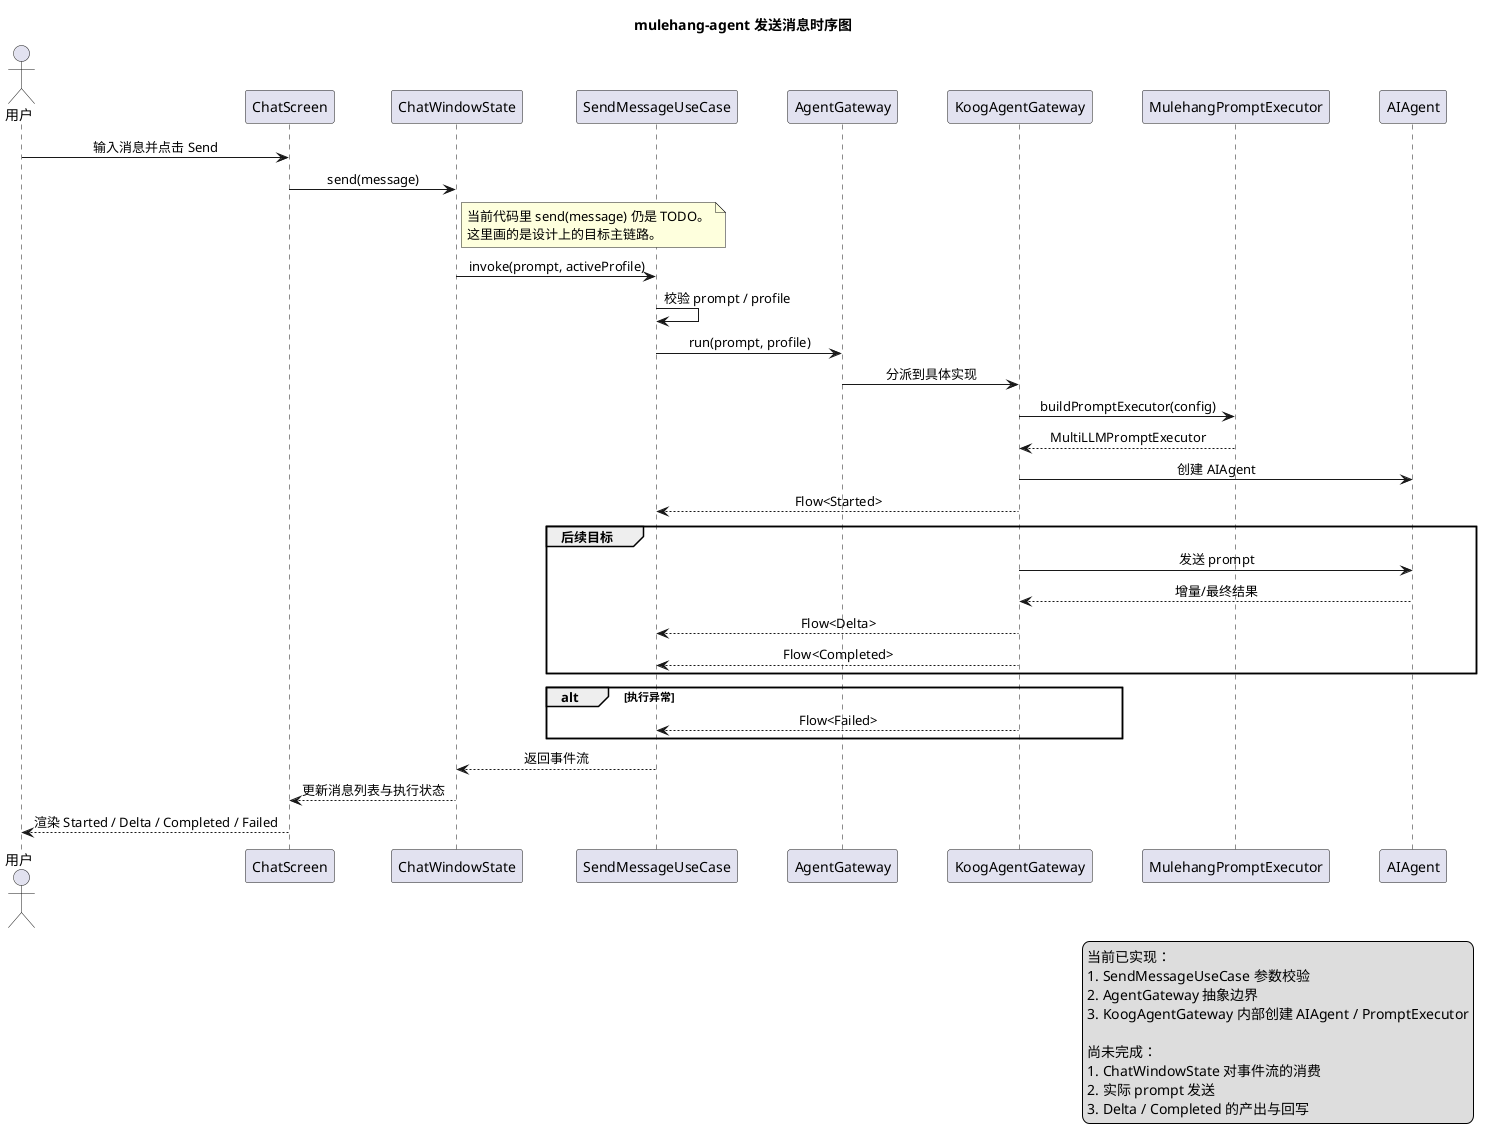
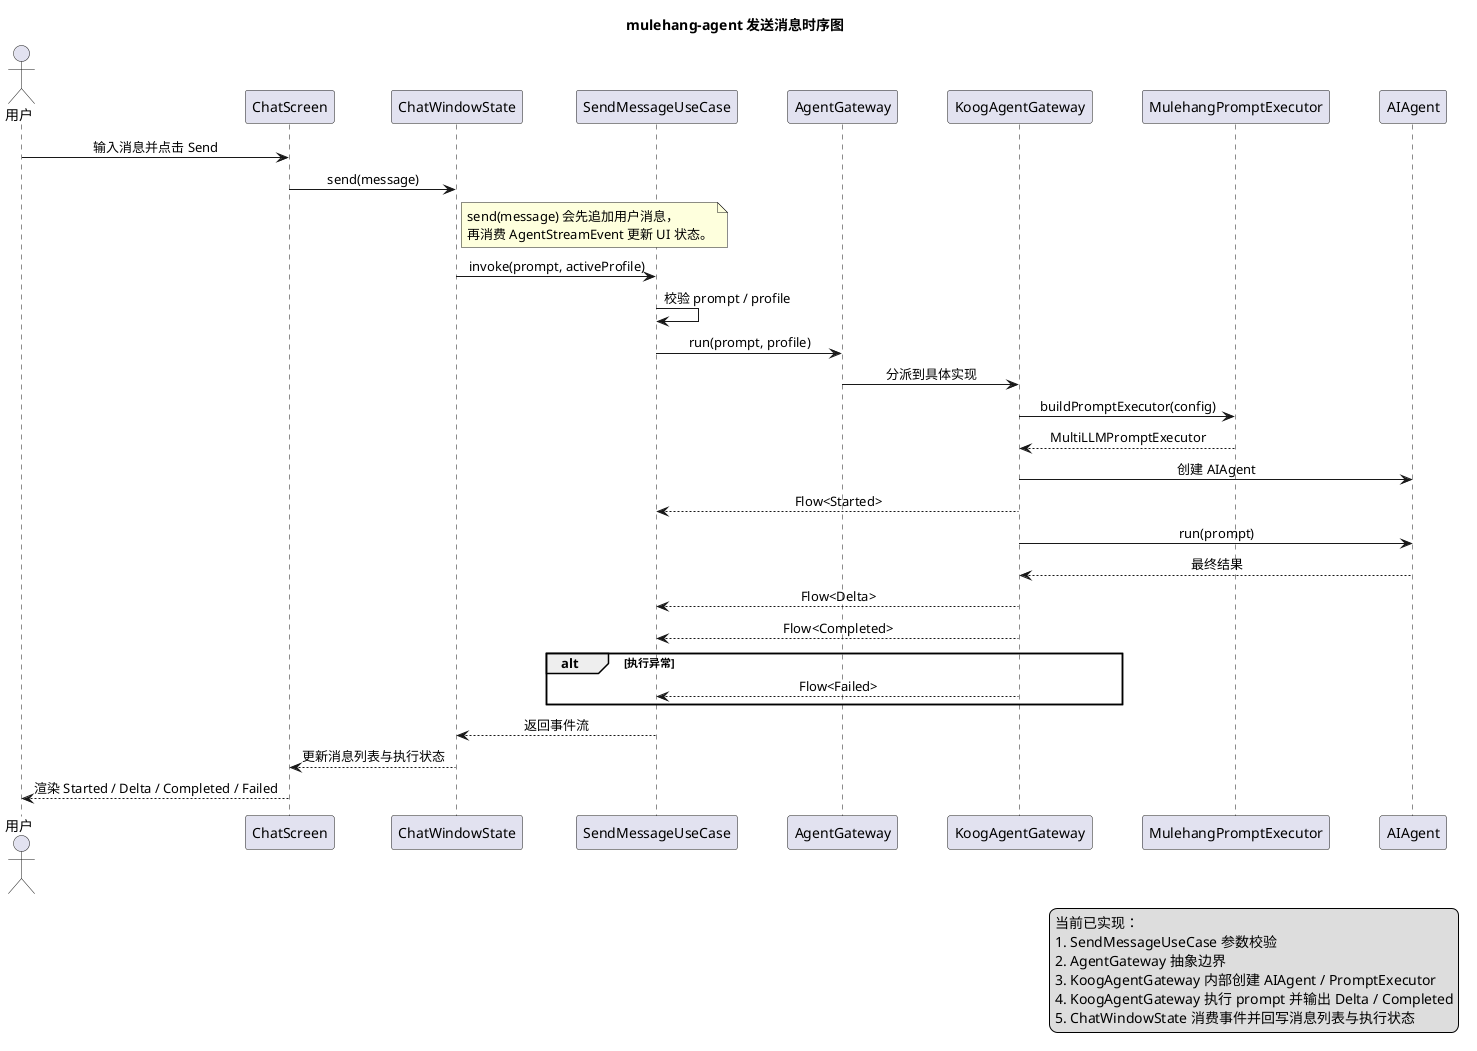
@startuml
title mulehang-agent 发送消息时序图

skinparam shadowing false
skinparam ParticipantPadding 20
skinparam BoxPadding 10
skinparam sequenceMessageAlign center
skinparam responseMessageBelowArrow true

actor "用户" as user
participant "ChatScreen" as chatScreen
participant "ChatWindowState" as chatWindowState
participant "SendMessageUseCase" as sendMessageUseCase
participant "AgentGateway" as agentGateway
participant "KoogAgentGateway" as koogAgentGateway
participant "MulehangPromptExecutor" as promptExecutor
participant "AIAgent" as aiAgent

user -> chatScreen : 输入消息并点击 Send
chatScreen -> chatWindowState : send(message)

note right of chatWindowState
- 当前代码里 send(message) 仍是 TODO。
- 这里画的是设计上的目标主链路。
+ send(message) 会先追加用户消息，
+ 再消费 AgentStreamEvent 更新 UI 状态。
end note

chatWindowState -> sendMessageUseCase : invoke(prompt, activeProfile)
sendMessageUseCase -> sendMessageUseCase : 校验 prompt / profile
sendMessageUseCase -> agentGateway : run(prompt, profile)
agentGateway -> koogAgentGateway : 分派到具体实现

koogAgentGateway -> promptExecutor : buildPromptExecutor(config)
promptExecutor --> koogAgentGateway : MultiLLMPromptExecutor
koogAgentGateway -> aiAgent : 创建 AIAgent

koogAgentGateway --> sendMessageUseCase : Flow<Started>
- 
- group 后续目标
-   koogAgentGateway -> aiAgent : 发送 prompt
-   aiAgent --> koogAgentGateway : 增量/最终结果
-   koogAgentGateway --> sendMessageUseCase : Flow<Delta>
-   koogAgentGateway --> sendMessageUseCase : Flow<Completed>
- end
+ koogAgentGateway -> aiAgent : run(prompt)
+ aiAgent --> koogAgentGateway : 最终结果
+ koogAgentGateway --> sendMessageUseCase : Flow<Delta>
+ koogAgentGateway --> sendMessageUseCase : Flow<Completed>

alt 执行异常
  koogAgentGateway --> sendMessageUseCase : Flow<Failed>
end

sendMessageUseCase --> chatWindowState : 返回事件流
chatWindowState --> chatScreen : 更新消息列表与执行状态
chatScreen --> user : 渲染 Started / Delta / Completed / Failed

legend right
当前已实现：
1. SendMessageUseCase 参数校验
2. AgentGateway 抽象边界
3. KoogAgentGateway 内部创建 AIAgent / PromptExecutor
- 
- 尚未完成：
- 1. ChatWindowState 对事件流的消费
- 2. 实际 prompt 发送
- 3. Delta / Completed 的产出与回写
+ 4. KoogAgentGateway 执行 prompt 并输出 Delta / Completed
+ 5. ChatWindowState 消费事件并回写消息列表与执行状态
endlegend

@enduml
